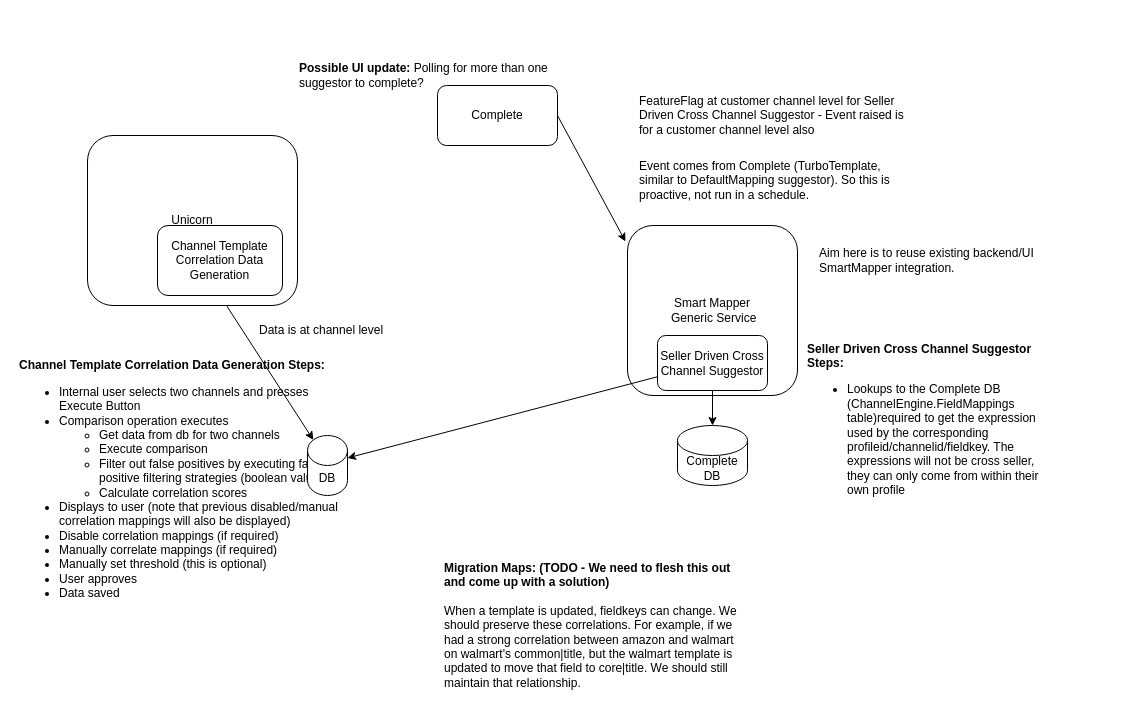
kerrystack/msc-project keeps this draw.io diagram as highlevel_smartmapper.drawio. Above is the earlier version. Source tidied: cells renumbered, new cells numbered last; positions are measured from the earlier drawing's top-left corner, leaving out a move shared by most shapes. Both pictures are drawn from the tidied source at 100%, with x=0, y=0 at pixel (17, 45).
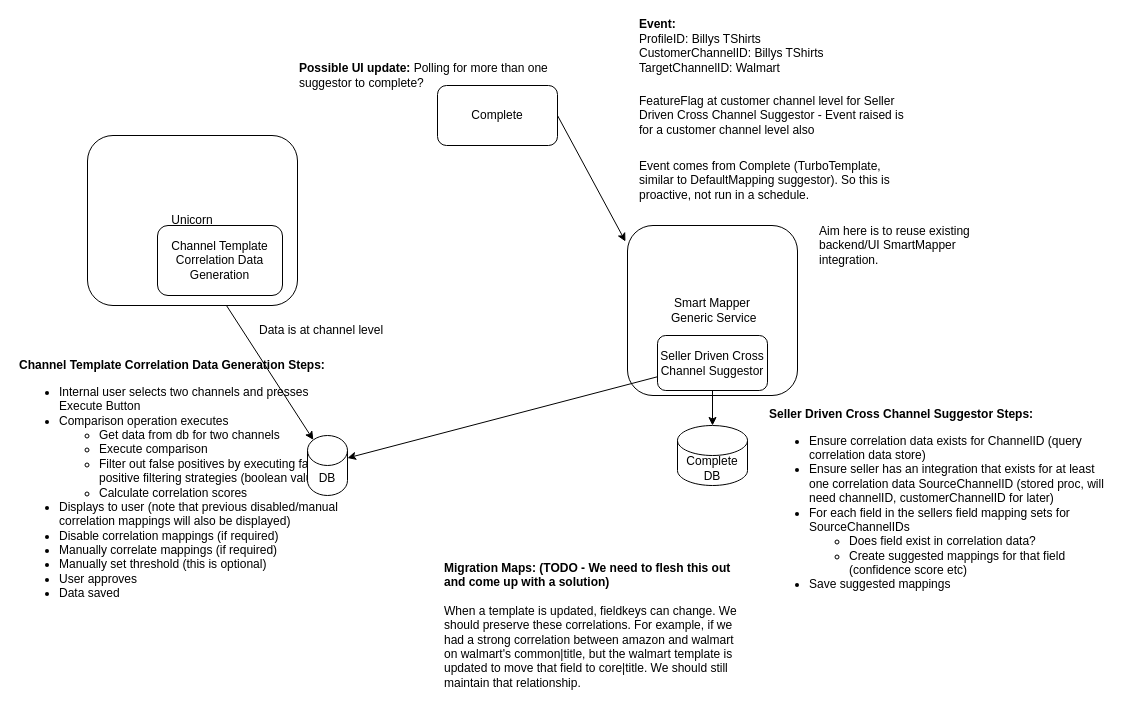
Above is the later version.

Change to the diagram source:
```diff
@@
     <mxCell id="10" value="&lt;div&gt;Aim here is to reuse existing backend/UI SmartMapper integration.&lt;/div&gt;" style="text;html=1;strokeColor=none;fillColor=none;align=left;verticalAlign=middle;whiteSpace=wrap;rounded=0;" parent="1" vertex="1">
-      <mxGeometry x="800" y="180" width="280" height="70" as="geometry" />
+      <mxGeometry x="800" y="180" width="190" height="40" as="geometry" />
     </mxCell>
@@
-    <mxCell id="19" value="&lt;div&gt;&lt;b&gt;Seller Driven Cross Channel Suggestor Steps:&lt;/b&gt;&lt;/div&gt;&lt;ul&gt;&lt;li&gt;Lookups to the Complete DB (ChannelEngine.FieldMappings table)required to get the expression used by the corresponding profileid/channelid/fieldkey. The expressions will not be cross seller, they can only come from within their own profile&lt;/li&gt;&lt;/ul&gt;" style="text;html=1;strokeColor=none;fillColor=none;align=left;verticalAlign=middle;whiteSpace=wrap;rounded=0;" parent="1" vertex="1">
-      <mxGeometry x="787.5" y="260" width="242.5" height="240" as="geometry" />
+    <mxCell id="19" value="&lt;div&gt;&lt;b&gt;Seller Driven Cross Channel Suggestor Steps:&lt;/b&gt;&lt;/div&gt;&lt;ul&gt;&lt;li&gt;Ensure correlation data exists for ChannelID (query correlation data store)&lt;/li&gt;&lt;li style=&quot;border-color: var(--border-color);&quot;&gt;Ensure seller has an integration that exists for at least one correlation data SourceChannelID (stored proc, will need channelID, customerChannelID for later)&lt;/li&gt;&lt;li&gt;For each field in the sellers field mapping sets for SourceChannelIDs&lt;/li&gt;&lt;ul&gt;&lt;li&gt;Does field exist in correlation data?&lt;/li&gt;&lt;li&gt;Create suggested mappings for that field (confidence score etc)&lt;/li&gt;&lt;/ul&gt;&lt;li&gt;Save suggested mappings&lt;/li&gt;&lt;/ul&gt;" style="text;html=1;strokeColor=none;fillColor=none;align=left;verticalAlign=middle;whiteSpace=wrap;rounded=0;" parent="1" vertex="1">
+      <mxGeometry x="750" y="360" width="342.5" height="200" as="geometry" />
     </mxCell>
@@
+    <mxCell id="21" value="&lt;div&gt;&lt;b&gt;Event:&lt;/b&gt;&lt;/div&gt;&lt;div&gt;ProfileID: Billys TShirts&lt;/div&gt;&lt;div&gt;CustomerChannelID: Billys TShirts&lt;/div&gt;&lt;div&gt;TargetChannelID: Walmart&lt;/div&gt;&lt;div&gt;&lt;br&gt;&lt;/div&gt;&lt;div&gt;&lt;br&gt;&lt;/div&gt;" style="text;html=1;strokeColor=none;fillColor=none;align=left;verticalAlign=middle;whiteSpace=wrap;rounded=0;" parent="1" vertex="1">
+      <mxGeometry x="620" y="-10" width="200" height="50" as="geometry" />
+    </mxCell>
```
